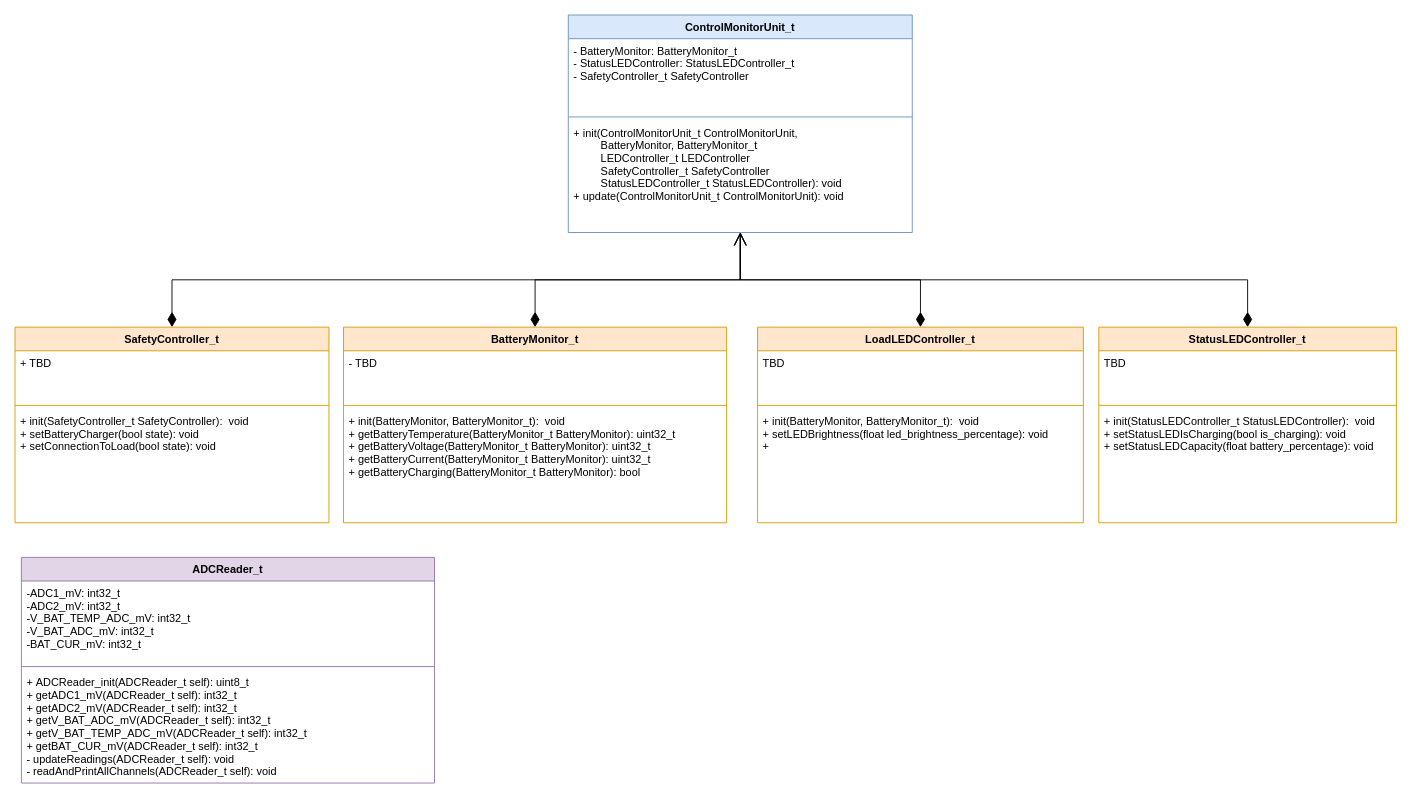
andrew-elsayeh/illumicarge_firmware keeps this draw.io diagram as doc/class_diagram.drawio. Above is the earlier version. Source tidied: cells renumbered, new cells numbered last; positions are measured from the earlier drawing's top-left corner, leaving out a move shared by most shapes. Both pictures are drawn from the tidied source at 91%, with x=0, y=0 at pixel (15, 15).
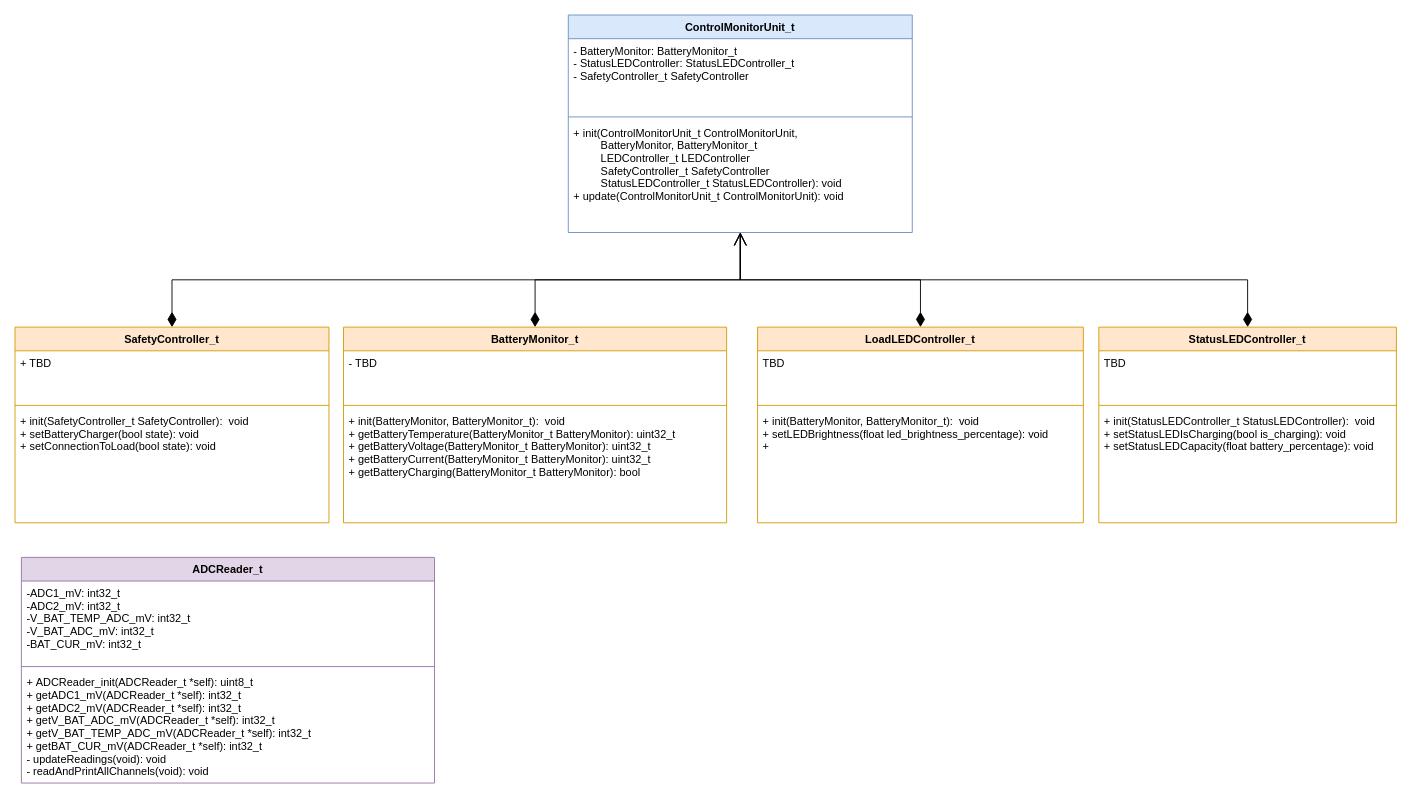
Above is the later version.

The change refers to these unchanged cells:
```xml
<mxCell id="26" value="ADCReader_t" style="swimlane;fontStyle=1;align=center;verticalAlign=top;horizontal=1;startSize=26;fontFamily=Avenir;fillColor=#e1d5e7;strokeColor=#9673a6;" parent="1" vertex="1">
  <mxGeometry x="7" y="596" width="454" height="248" as="geometry" />
</mxCell>
```

Diff of the diagram source:
```diff
@@
-    <mxCell id="29" value="+ ADCReader_init(ADCReader_t self): uint8_t&#10;+ getADC1_mV(ADCReader_t self): int32_t&#10;+ getADC2_mV(ADCReader_t self): int32_t&#10;+ getV_BAT_ADC_mV(ADCReader_t self): int32_t&#10;+ getV_BAT_TEMP_ADC_mV(ADCReader_t self): int32_t&#10;+ getBAT_CUR_mV(ADCReader_t self): int32_t&#10;- updateReadings(ADCReader_t self): void&#10;- readAndPrintAllChannels(ADCReader_t self): void&#10;" style="text;strokeColor=none;fillColor=none;align=left;verticalAlign=top;spacingLeft=4;spacingRight=4;overflow=hidden;fontFamily=Avenir;" parent="26" vertex="1">
+    <mxCell id="29" value="+ ADCReader_init(ADCReader_t *self): uint8_t&#10;+ getADC1_mV(ADCReader_t *self): int32_t&#10;+ getADC2_mV(ADCReader_t *self): int32_t&#10;+ getV_BAT_ADC_mV(ADCReader_t *self): int32_t&#10;+ getV_BAT_TEMP_ADC_mV(ADCReader_t *self): int32_t&#10;+ getBAT_CUR_mV(ADCReader_t *self): int32_t&#10;- updateReadings(void): void&#10;- readAndPrintAllChannels(void): void&#10;" style="text;strokeColor=none;fillColor=none;align=left;verticalAlign=top;spacingLeft=4;spacingRight=4;overflow=hidden;fontFamily=Avenir;" parent="26" vertex="1">
       <mxGeometry y="124" width="454" height="124" as="geometry" />
     </mxCell>
```
